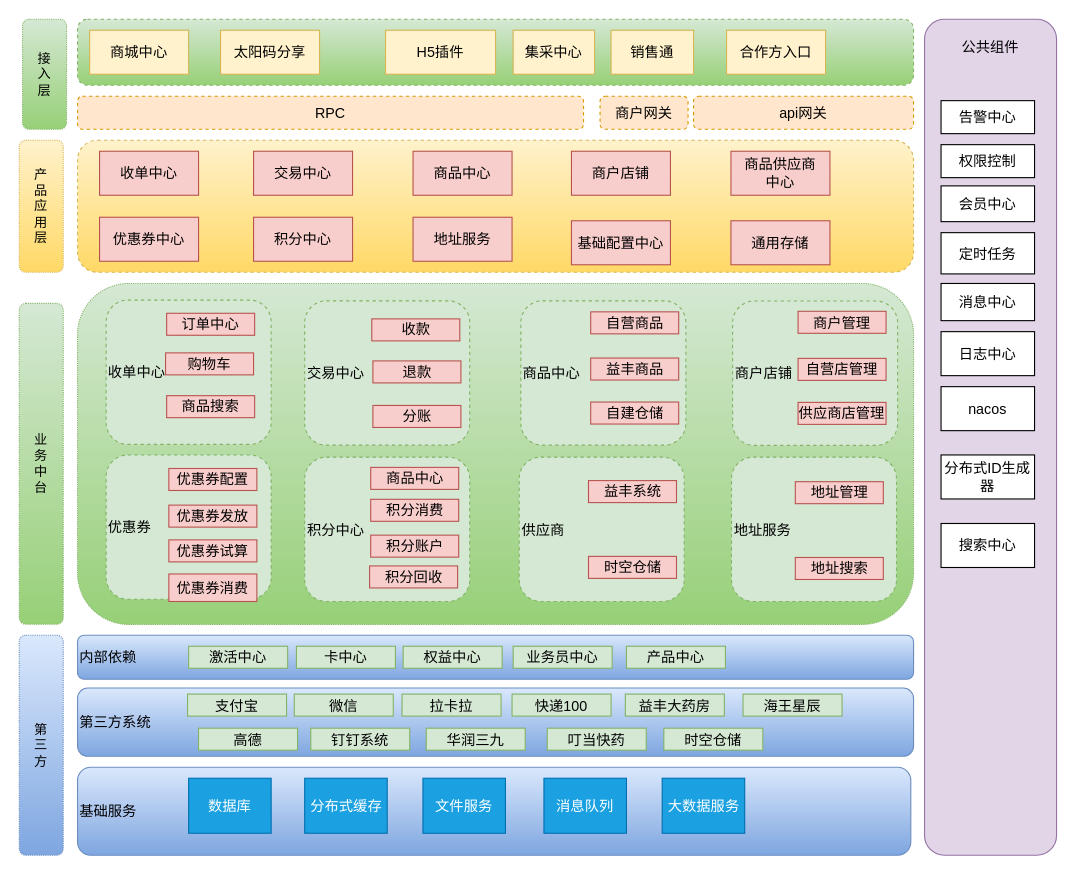
Before: 营销系统架构图.drawio in bug254999780/crawler, a draw.io diagram. Source tidied: cells renumbered, new cells numbered last; positions are measured from the earlier drawing's top-left corner, leaving out a move shared by most shapes. Both pictures are drawn from the tidied source at 110%, with x=0, y=0 at pixel (19, 19).
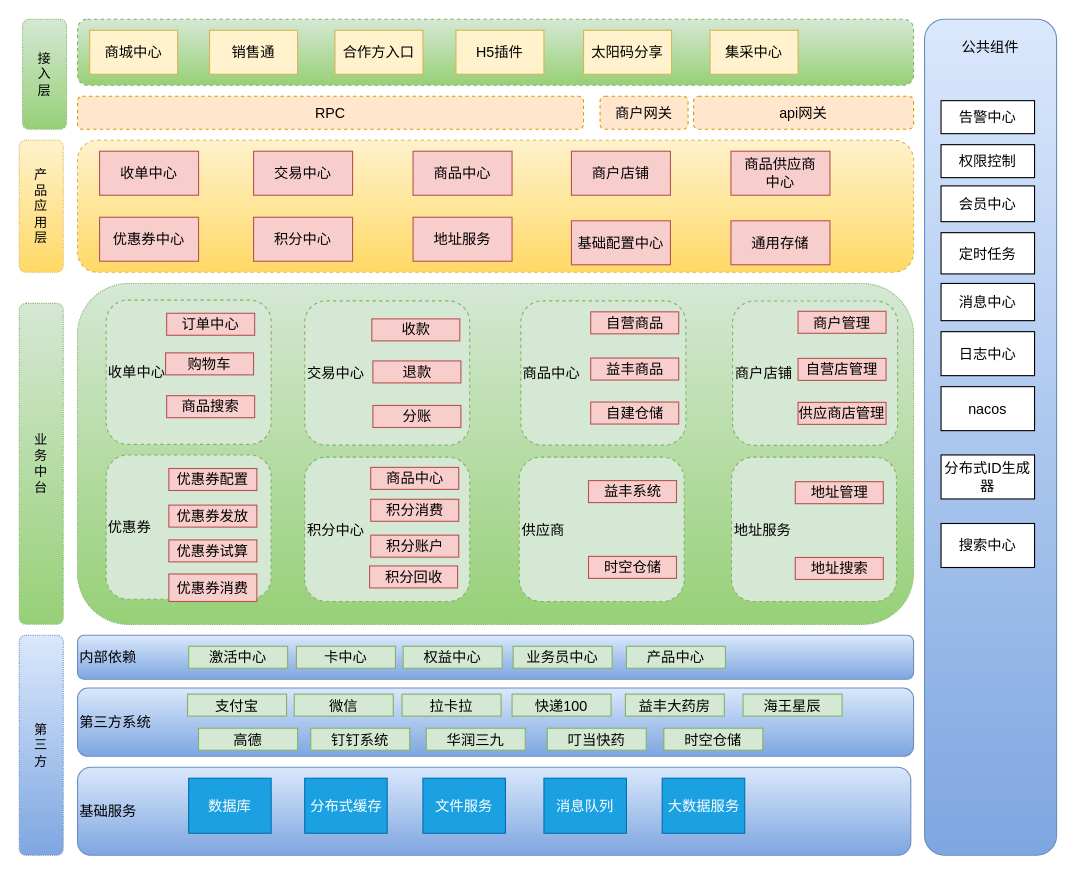
After the change.

Commit message (it also covers changes not shown here):
Update 商城系统架构图.drawio

Diff of the diagram source:
```diff
@@
     <mxCell id="4" value="商城中心" style="rounded=0;whiteSpace=wrap;html=1;fontSize=13;fillColor=#fff2cc;strokeColor=#d6b656;" parent="1" vertex="1">
-      <mxGeometry x="64" y="10" width="90" height="40" as="geometry" />
+      <mxGeometry x="64" y="10" width="80" height="40" as="geometry" />
     </mxCell>
     <mxCell id="5" value="太阳码分享" style="rounded=0;whiteSpace=wrap;html=1;fontSize=13;fillColor=#fff2cc;strokeColor=#d6b656;" parent="1" vertex="1">
-      <mxGeometry x="183" y="10" width="90" height="40" as="geometry" />
+      <mxGeometry x="513" y="10" width="80" height="40" as="geometry" />
     </mxCell>
     <mxCell id="6" value="H5插件" style="rounded=0;whiteSpace=wrap;html=1;fontSize=13;fillColor=#fff2cc;strokeColor=#d6b656;" parent="1" vertex="1">
-      <mxGeometry x="333" y="10" width="100" height="40" as="geometry" />
+      <mxGeometry x="397" y="10" width="80" height="40" as="geometry" />
     </mxCell>
     <mxCell id="7" value="集采中心" style="rounded=0;whiteSpace=wrap;html=1;fontSize=13;fillColor=#fff2cc;strokeColor=#d6b656;" parent="1" vertex="1">
-      <mxGeometry x="449" y="10" width="74" height="40" as="geometry" />
+      <mxGeometry x="628" y="10" width="80" height="40" as="geometry" />
     </mxCell>
     <mxCell id="8" value="销售通" style="rounded=0;whiteSpace=wrap;html=1;fontSize=13;fillColor=#fff2cc;strokeColor=#d6b656;" parent="1" vertex="1">
-      <mxGeometry x="538" y="10" width="75" height="40" as="geometry" />
+      <mxGeometry x="173" y="10" width="80" height="40" as="geometry" />
     </mxCell>
     <mxCell id="9" value="合作方入口" style="rounded=0;whiteSpace=wrap;html=1;fontSize=13;fillColor=#fff2cc;strokeColor=#d6b656;" parent="1" vertex="1">
-      <mxGeometry x="643" y="10" width="90" height="40" as="geometry" />
+      <mxGeometry x="287" y="10" width="80" height="40" as="geometry" />
     </mxCell>
@@
-    <mxCell id="31" style="rounded=1;whiteSpace=wrap;html=1;fontSize=13;fillColor=#e1d5e7;strokeColor=#9673a6;" parent="1" vertex="1">
+    <mxCell id="31" style="rounded=1;whiteSpace=wrap;html=1;fontSize=13;fillColor=#dae8fc;strokeColor=#6c8ebf;gradientColor=#7ea6e0;" parent="1" vertex="1">
       <mxGeometry x="823" width="120" height="760" as="geometry" />
     </mxCell>
```
